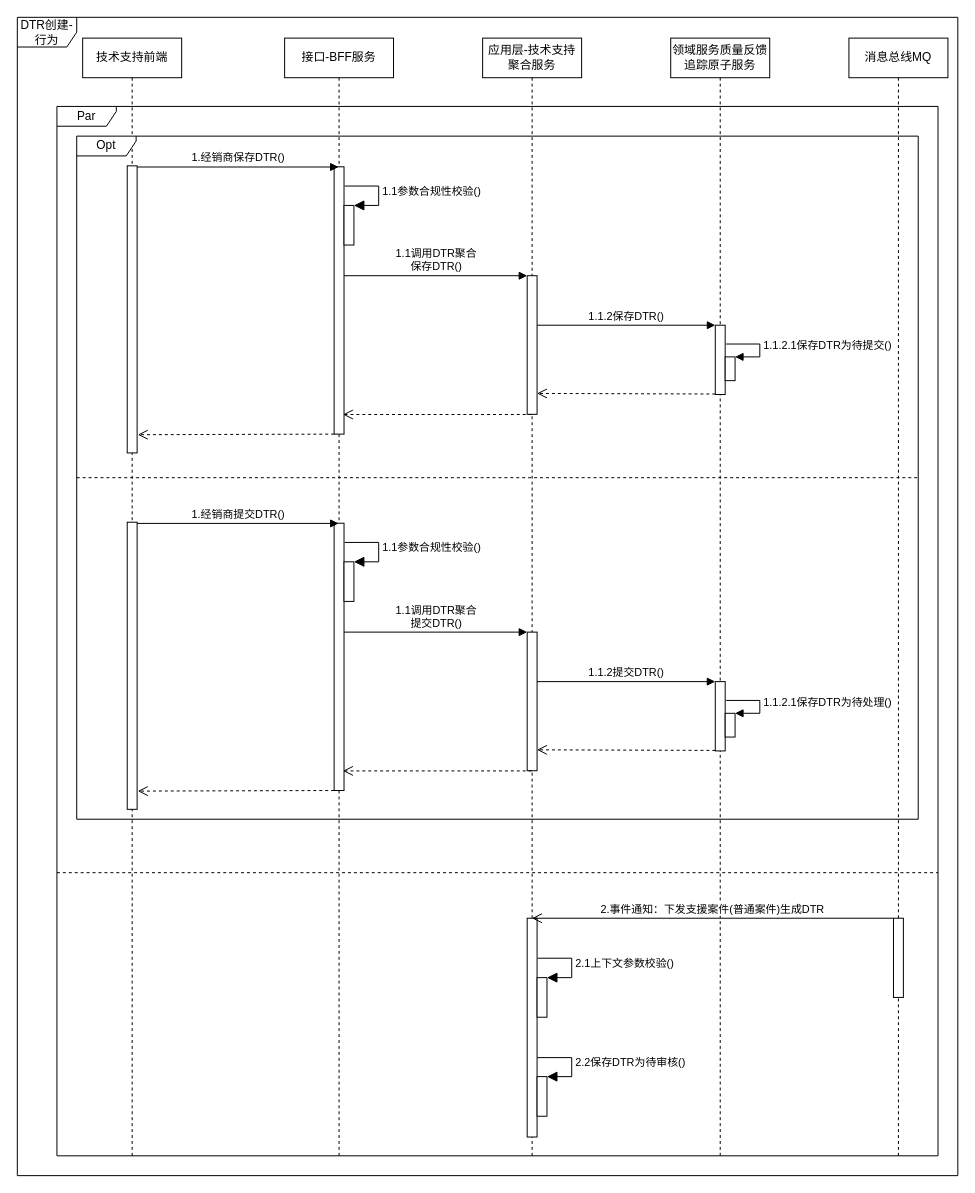
Earlier version of the draw.io diagram page "DTR行为设计-创建" (3 of 7) of images/DTR时序图.drawio (1132489442/designer). Source tidied: cells renumbered, new cells numbered last; positions are measured from the earlier drawing's top-left corner, leaving out a move shared by most shapes. Both pictures are drawn from the tidied source at 99%, with x=0, y=0 at pixel (17, 17).
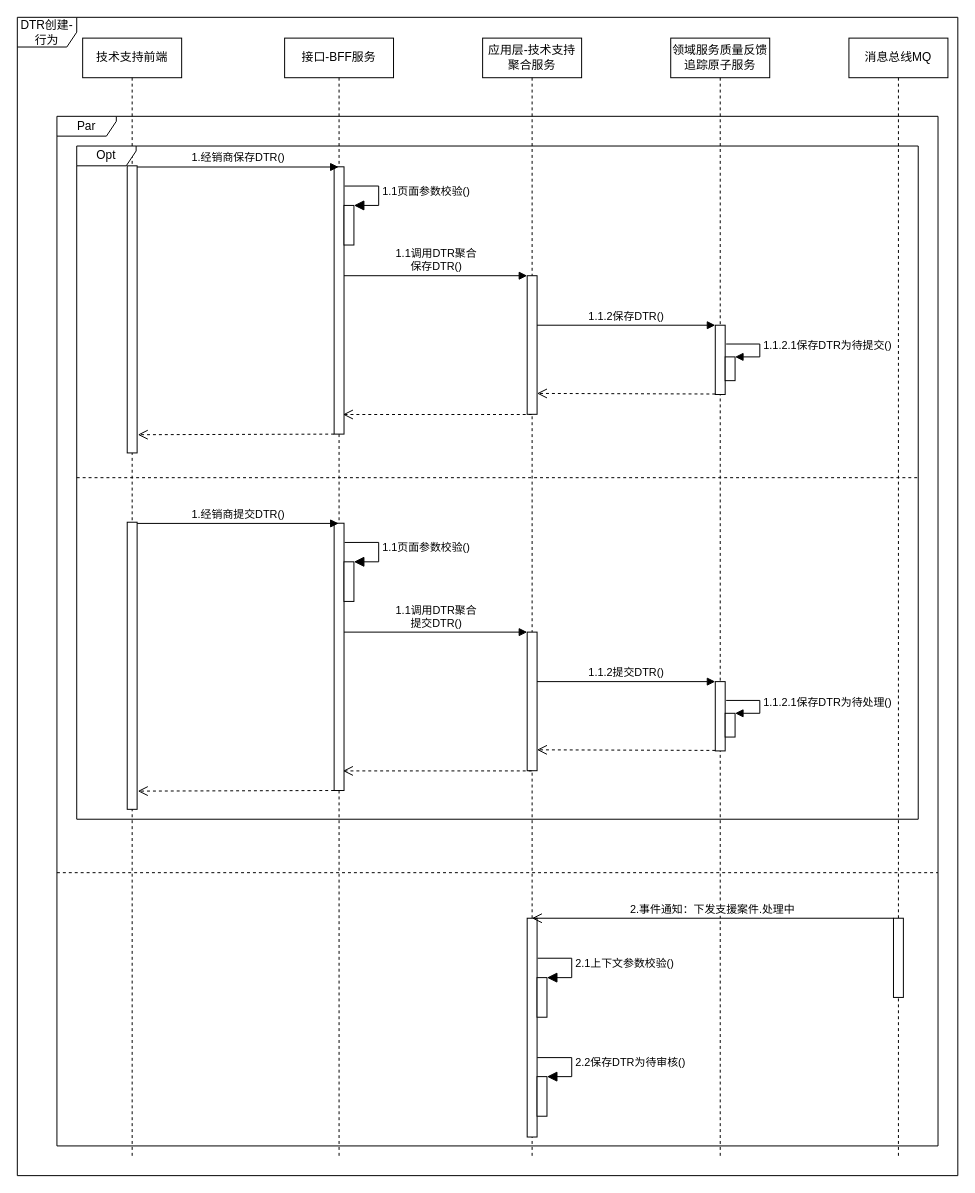
The same diagram, later.

Unchanged cells that the change refers to:
```xml
<mxCell id="12" value="接口-BFF服务" style="shape=umlLifeline;perimeter=lifelinePerimeter;whiteSpace=wrap;html=1;" parent="1" vertex="1">
  <mxGeometry x="270" y="21" width="110" height="1129" as="geometry" />
</mxCell>
<mxCell id="13" style="html=1;points=[];perimeter=orthogonalPerimeter;" parent="12" vertex="1">
  <mxGeometry x="50" y="130" width="10" height="270" as="geometry" />
</mxCell>
<mxCell id="15" style="html=1;points=[];perimeter=orthogonalPerimeter;" parent="12" vertex="1">
  <mxGeometry x="60" y="169" width="10" height="40" as="geometry" />
</mxCell>
<mxCell id="23" value="消息总线MQ" style="shape=umlLifeline;perimeter=lifelinePerimeter;whiteSpace=wrap;html=1;" parent="1" vertex="1">
  <mxGeometry x="840" y="21" width="100" height="1129" as="geometry" />
</mxCell>
<mxCell id="32" style="html=1;points=[];perimeter=orthogonalPerimeter;" parent="1" vertex="1">
  <mxGeometry x="320" y="511" width="10" height="270" as="geometry" />
</mxCell>
<mxCell id="34" style="html=1;points=[];perimeter=orthogonalPerimeter;" parent="1" vertex="1">
  <mxGeometry x="330" y="550" width="10" height="40" as="geometry" />
</mxCell>
```

Diff of the diagram source:
```diff
@@
-    <mxCell id="16" value="1.1参数合规性校验()" style="edgeStyle=orthogonalEdgeStyle;html=1;align=left;spacingLeft=2;endArrow=block;rounded=0;entryX=1;entryY=0;endSize=8;exitX=1.059;exitY=0.072;exitDx=0;exitDy=0;exitPerimeter=0;" parent="12" edge="1" source="13" target="15">
+    <mxCell id="16" value="1.1页面参数校验()" style="edgeStyle=orthogonalEdgeStyle;html=1;align=left;spacingLeft=2;endArrow=block;rounded=0;entryX=1;entryY=0;endSize=8;exitX=1.059;exitY=0.072;exitDx=0;exitDy=0;exitPerimeter=0;" parent="12" edge="1" source="13" target="15">
       <mxGeometry relative="1" as="geometry">
         <Array as="points">
           <mxPoint x="95" y="149" />
           <mxPoint x="95" y="169" />
         </Array>
       </mxGeometry>
     </mxCell>
@@
-    <mxCell id="25" value="2.事件通知：下发支援案件(普通案件)生成DTR" style="html=1;verticalAlign=bottom;endArrow=open;endSize=8;rounded=0;" parent="23" edge="1">
+    <mxCell id="25" value="2.事件通知：下发支援案件.处理中" style="html=1;verticalAlign=bottom;endArrow=open;endSize=8;rounded=0;" parent="23" edge="1">
       <mxGeometry relative="1" as="geometry">
         <mxPoint x="45" y="889" as="sourcePoint" />
         <mxPoint x="-320.2" y="889" as="targetPoint" />
       </mxGeometry>
     </mxCell>
@@
-    <mxCell id="35" value="1.1参数合规性校验()" style="edgeStyle=orthogonalEdgeStyle;html=1;align=left;spacingLeft=2;endArrow=block;rounded=0;entryX=1;entryY=0;endSize=8;exitX=1.059;exitY=0.072;exitDx=0;exitDy=0;exitPerimeter=0;" parent="1" edge="1" source="32" target="34">
+    <mxCell id="35" value="1.1页面参数校验()" style="edgeStyle=orthogonalEdgeStyle;html=1;align=left;spacingLeft=2;endArrow=block;rounded=0;entryX=1;entryY=0;endSize=8;exitX=1.059;exitY=0.072;exitDx=0;exitDy=0;exitPerimeter=0;" parent="1" edge="1" source="32" target="34">
       <mxGeometry relative="1" as="geometry">
         <Array as="points">
           <mxPoint x="365" y="530" />
           <mxPoint x="365" y="550" />
         </Array>
       </mxGeometry>
     </mxCell>
@@
     <mxCell id="42" value="Opt" style="shape=umlFrame;whiteSpace=wrap;html=1;width=60;height=20;" parent="1" vertex="1">
-      <mxGeometry x="60" y="120" width="850" height="690" as="geometry" />
+      <mxGeometry x="60" y="130" width="850" height="680" as="geometry" />
     </mxCell>
@@
     <mxCell id="45" value="Par" style="shape=umlFrame;whiteSpace=wrap;html=1;width=60;height=20;" parent="1" vertex="1">
-      <mxGeometry x="40" y="90" width="890" height="1060" as="geometry" />
+      <mxGeometry x="40" y="100" width="890" height="1040" as="geometry" />
     </mxCell>
```
